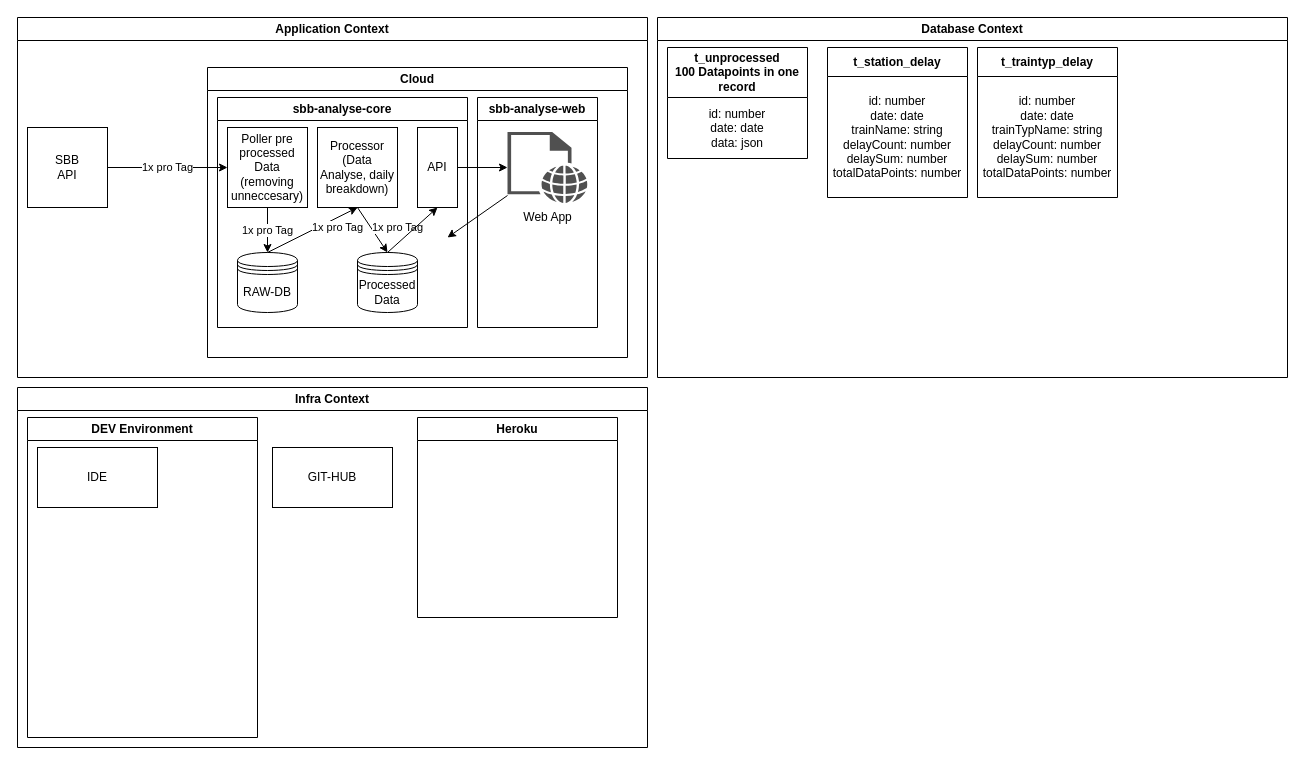
Before: project/entwurf.drawio in GsteigerDominik/sbb-analyse-core, a draw.io diagram. Source tidied: cells renumbered, new cells numbered last; positions are measured from the earlier drawing's top-left corner, leaving out a move shared by most shapes. Both pictures are drawn from the tidied source at 100%, with x=0, y=0 at pixel (17, 17).
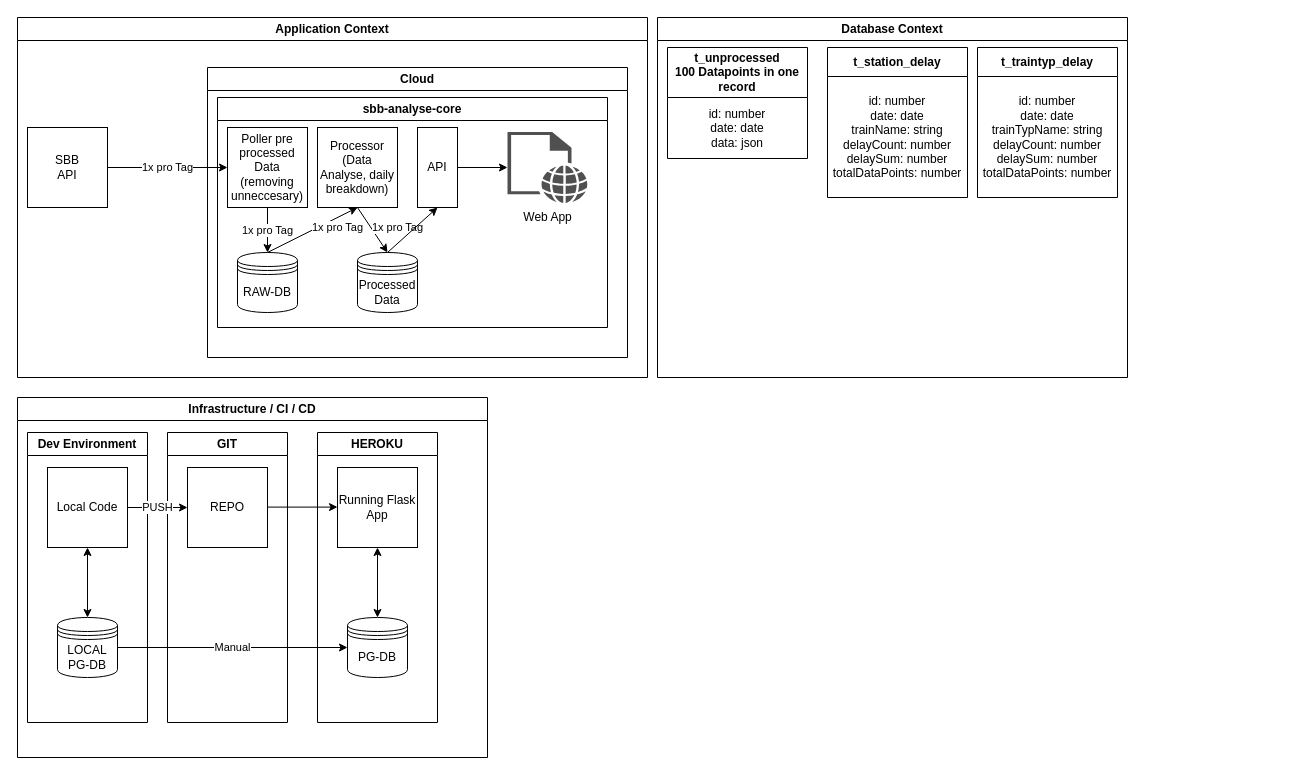
The same page after the edit.

The change refers to these unchanged cells:
```xml
<mxCell id="3" value="Cloud" style="swimlane;whiteSpace=wrap;html=1;" parent="1" vertex="1">
  <mxGeometry x="190" y="50" width="420" height="290" as="geometry" />
</mxCell>
<mxCell id="12" value="API" style="rounded=0;whiteSpace=wrap;html=1;" parent="9" vertex="1">
  <mxGeometry x="200" y="30" width="40" height="80" as="geometry" />
</mxCell>
```

Diff of the diagram source:
```diff
@@
     <mxCell id="9" value="sbb-analyse-core" style="swimlane;whiteSpace=wrap;html=1;" parent="3" vertex="1">
-      <mxGeometry x="10" y="30" width="250" height="230" as="geometry" />
+      <mxGeometry x="10" y="30" width="390" height="230" as="geometry" />
     </mxCell>
@@
-    <mxCell id="13" value="sbb-analyse-web" style="swimlane;whiteSpace=wrap;html=1;" parent="3" vertex="1">
-      <mxGeometry x="270" y="30" width="120" height="230" as="geometry" />
-    </mxCell>
-    <mxCell id="14" value="Web App" style="sketch=0;shadow=0;dashed=0;html=1;strokeColor=none;fillColor=#505050;labelPosition=center;verticalLabelPosition=bottom;verticalAlign=top;outlineConnect=0;align=center;shape=mxgraph.office.concepts.web_page;" parent="13" vertex="1">
-      <mxGeometry x="30" y="34.5" width="80" height="71" as="geometry" />
-    </mxCell>
@@
-    <mxCell id="16" style="endArrow=classic;html=1;rounded=0;exitX=1;exitY=0.5;exitDx=0;exitDy=0;" parent="3" edge="1" source="12" target="14">
-      <mxGeometry relative="1" as="geometry" />
+    <mxCell id="16" style="endArrow=classic;html=1;rounded=0;exitX=1;exitY=0.5;exitDx=0;exitDy=0;" parent="3" edge="1" source="12">
+      <mxGeometry relative="1" as="geometry">
+        <mxPoint x="300" y="100" as="targetPoint" />
+      </mxGeometry>
     </mxCell>
-    <mxCell id="17" style="endArrow=classic;html=1;rounded=0;" parent="3" edge="1" source="14">
-      <mxGeometry relative="1" as="geometry">
-        <mxPoint x="240" y="170" as="targetPoint" />
-      </mxGeometry>
-    </mxCell>
@@
-    <mxCell id="20" value="Infra Context" style="swimlane;whiteSpace=wrap;html=1;" parent="1" vertex="1">
-      <mxGeometry y="370" width="630" height="360" as="geometry" />
-    </mxCell>
-    <mxCell id="21" value="DEV Environment" style="swimlane;whiteSpace=wrap;html=1;" parent="20" vertex="1">
-      <mxGeometry x="10" y="30" width="230" height="320" as="geometry" />
-    </mxCell>
-    <mxCell id="22" value="IDE" style="rounded=0;whiteSpace=wrap;html=1;" parent="21" vertex="1">
-      <mxGeometry x="10" y="30" width="120" height="60" as="geometry" />
-    </mxCell>
-    <mxCell id="23" value="GIT-HUB" style="rounded=0;whiteSpace=wrap;html=1;" parent="20" vertex="1">
-      <mxGeometry x="255" y="60" width="120" height="60" as="geometry" />
-    </mxCell>
-    <mxCell id="24" value="Heroku" style="swimlane;whiteSpace=wrap;html=1;" parent="20" vertex="1">
-      <mxGeometry x="400" y="30" width="200" height="200" as="geometry" />
-    </mxCell>
     <mxCell id="25" value="Database Context" style="swimlane;whiteSpace=wrap;html=1;startSize=23;" parent="1" vertex="1">
-      <mxGeometry x="640" width="630" height="360" as="geometry" />
+      <mxGeometry x="640" width="470" height="360" as="geometry" />
     </mxCell>
@@
+    <mxCell id="14" value="Web App" style="sketch=0;shadow=0;dashed=0;html=1;strokeColor=none;fillColor=#505050;labelPosition=center;verticalLabelPosition=bottom;verticalAlign=top;outlineConnect=0;align=center;shape=mxgraph.office.concepts.web_page;" parent="1" vertex="1">
+      <mxGeometry x="490" y="114.5" width="80" height="71" as="geometry" />
+    </mxCell>
+    <mxCell id="32" value="Infrastructure / CI / CD" style="swimlane;whiteSpace=wrap;html=1;startSize=23;" parent="1" vertex="1">
+      <mxGeometry y="380" width="470" height="360" as="geometry" />
+    </mxCell>
+    <mxCell id="33" value="Dev Environment" style="swimlane;whiteSpace=wrap;html=1;" parent="32" vertex="1">
+      <mxGeometry x="10" y="35" width="120" height="290" as="geometry" />
+    </mxCell>
+    <mxCell id="34" value="LOCAL PG-DB" style="shape=datastore;whiteSpace=wrap;html=1;" parent="33" vertex="1">
+      <mxGeometry x="30" y="185" width="60" height="60" as="geometry" />
+    </mxCell>
+    <mxCell id="35" value="Local Code" style="whiteSpace=wrap;html=1;" parent="33" vertex="1">
+      <mxGeometry x="20" y="35" width="80" height="80" as="geometry" />
+    </mxCell>
+    <mxCell id="36" style="endArrow=classic;startArrow=classic;html=1;rounded=0;exitX=0.5;exitY=0;exitDx=0;exitDy=0;entryX=0.5;entryY=1;entryDx=0;entryDy=0;" parent="33" edge="1" source="34" target="35">
+      <mxGeometry relative="1" as="geometry" />
+    </mxCell>
+    <mxCell id="37" value="GIT" style="swimlane;whiteSpace=wrap;html=1;" parent="32" vertex="1">
+      <mxGeometry x="150" y="35" width="120" height="290" as="geometry" />
+    </mxCell>
+    <mxCell id="38" value="REPO" style="whiteSpace=wrap;html=1;" parent="37" vertex="1">
+      <mxGeometry x="20" y="35" width="80" height="80" as="geometry" />
+    </mxCell>
+    <mxCell id="39" value="HEROKU" style="swimlane;whiteSpace=wrap;html=1;" parent="32" vertex="1">
+      <mxGeometry x="300" y="35" width="120" height="290" as="geometry" />
+    </mxCell>
+    <mxCell id="40" value="PG-DB" style="shape=datastore;whiteSpace=wrap;html=1;" parent="39" vertex="1">
+      <mxGeometry x="30" y="185" width="60" height="60" as="geometry" />
+    </mxCell>
+    <mxCell id="41" value="Running Flask App" style="whiteSpace=wrap;html=1;" parent="39" vertex="1">
+      <mxGeometry x="20" y="35" width="80" height="80" as="geometry" />
+    </mxCell>
+    <mxCell id="42" style="endArrow=classic;startArrow=classic;html=1;rounded=0;exitX=0.5;exitY=0;exitDx=0;exitDy=0;entryX=0.5;entryY=1;entryDx=0;entryDy=0;" parent="39" edge="1" source="40" target="41">
+      <mxGeometry relative="1" as="geometry" />
+    </mxCell>
+    <mxCell id="43" value="Manual" style="edgeStyle=orthogonalEdgeStyle;rounded=0;jettySize=auto;html=1;exitX=1;exitY=0.5;exitDx=0;exitDy=0;entryX=0;entryY=0.5;entryDx=0;entryDy=0;" parent="32" edge="1" source="34" target="40">
+      <mxGeometry relative="1" as="geometry" />
+    </mxCell>
+    <mxCell id="44" value="PUSH" style="edgeStyle=orthogonalEdgeStyle;rounded=0;jettySize=auto;html=1;" parent="32" edge="1" source="35" target="38">
+      <mxGeometry relative="1" as="geometry" />
+    </mxCell>
+    <mxCell id="45" style="edgeStyle=orthogonalEdgeStyle;rounded=0;orthogonalLoop=1;jettySize=auto;html=1;" parent="32" edge="1">
+      <mxGeometry relative="1" as="geometry">
+        <mxPoint x="250" y="109.6" as="sourcePoint" />
+        <mxPoint x="320" y="109.6" as="targetPoint" />
+      </mxGeometry>
+    </mxCell>
```
